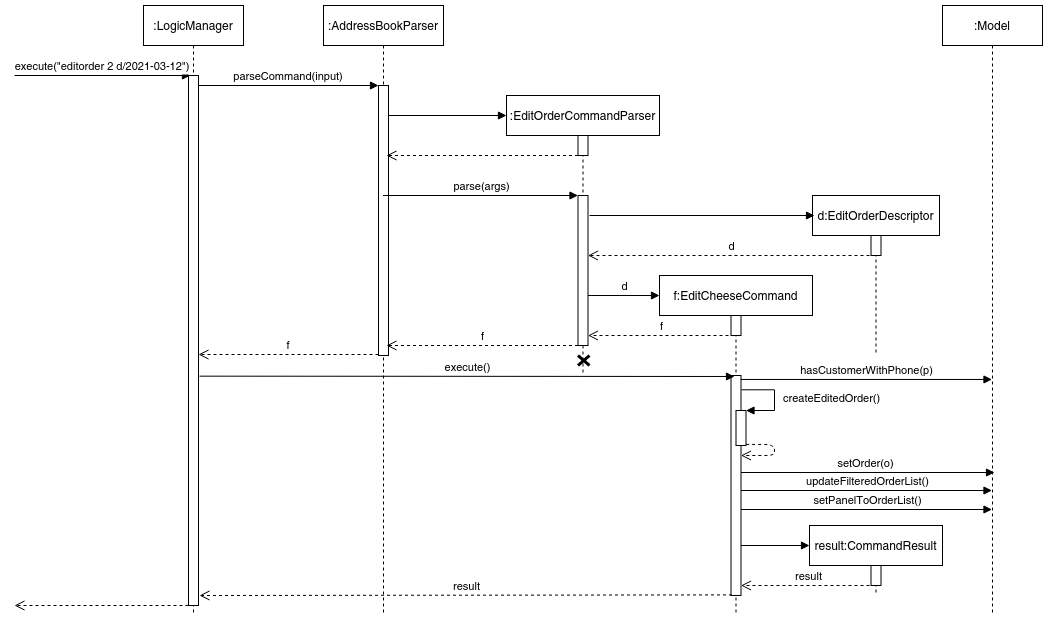
This is docs/images/EditCommandSequenceDiagram.png from nus-cs2103-AY2021S2/tp, a draw.io export, as it was before one commit. Source tidied: cells renumbered, new cells last; positions are measured from the earlier drawing's top-left corner, leaving out a move shared by most shapes. Its diagram source:
```xml
<mxGraphModel>
  <root>
    <mxCell id="0" />
    <mxCell id="1" parent="0" />
    <mxCell id="2" value="setPanelToOrderList()" style="html=1;verticalAlign=bottom;endArrow=block;" parent="1" edge="1" target="31">
      <mxGeometry relative="1" as="geometry">
        <mxPoint x="726.5" y="504" as="sourcePoint" />
      </mxGeometry>
    </mxCell>
    <mxCell id="3" value="updateFilteredOrderList()" style="html=1;verticalAlign=bottom;endArrow=block;" parent="1" edge="1" target="31">
      <mxGeometry relative="1" as="geometry">
        <mxPoint x="726.5" y="485" as="sourcePoint" />
      </mxGeometry>
    </mxCell>
    <mxCell id="4" value="setOrder(o)" style="html=1;verticalAlign=bottom;endArrow=block;" parent="1" edge="1">
      <mxGeometry relative="1" as="geometry">
        <mxPoint x="721.5" y="467" as="sourcePoint" />
        <mxPoint x="980" y="467" as="targetPoint" />
      </mxGeometry>
    </mxCell>
    <mxCell id="5" style="html=1;verticalAlign=bottom;endArrow=block;" parent="1" edge="1" source="27">
      <mxGeometry relative="1" as="geometry">
        <mxPoint x="795" y="540" as="targetPoint" />
      </mxGeometry>
    </mxCell>
    <mxCell id="6" value=":LogicManager" style="shape=umlLifeline;perimeter=lifelinePerimeter;rounded=0;shadow=0;strokeWidth=1;" parent="1" vertex="1">
      <mxGeometry x="129" width="100" height="610" as="geometry" />
    </mxCell>
    <mxCell id="7" style="points=[];perimeter=orthogonalPerimeter;rounded=0;shadow=0;strokeWidth=1;" parent="6" vertex="1">
      <mxGeometry x="45" y="70" width="10" height="530" as="geometry" />
    </mxCell>
    <mxCell id="8" value=":AddressBookParser" style="shape=umlLifeline;perimeter=lifelinePerimeter;rounded=0;shadow=0;strokeWidth=1;" parent="1" vertex="1">
      <mxGeometry x="309" width="120" height="610" as="geometry" />
    </mxCell>
    <mxCell id="9" style="points=[];perimeter=orthogonalPerimeter;rounded=0;shadow=0;strokeWidth=1;" parent="8" vertex="1">
      <mxGeometry x="55" y="80" width="10" height="270" as="geometry" />
    </mxCell>
    <mxCell id="10" value="f" style="verticalAlign=bottom;endArrow=open;dashed=1;endSize=8;exitX=0;exitY=0.95;shadow=0;strokeWidth=1;" parent="1" edge="1">
      <mxGeometry relative="1" as="geometry">
        <mxPoint x="364" y="349" as="sourcePoint" />
        <mxPoint x="184" y="349" as="targetPoint" />
      </mxGeometry>
    </mxCell>
    <mxCell id="11" value="parseCommand(input)" style="verticalAlign=bottom;endArrow=block;entryX=0;entryY=0;shadow=0;strokeWidth=1;" parent="1" edge="1" source="7" target="9">
      <mxGeometry relative="1" as="geometry" />
    </mxCell>
    <mxCell id="12" value="execute(&quot;editorder 2 d/2021-03-12&quot;)" style="verticalAlign=bottom;endArrow=block;shadow=0;strokeWidth=1;" parent="1" edge="1">
      <mxGeometry relative="1" as="geometry">
        <mxPoint y="70" as="sourcePoint" />
        <mxPoint x="176" y="70" as="targetPoint" />
      </mxGeometry>
    </mxCell>
    <mxCell id="13" value=":EditOrderCommandParser" style="shape=umlLifeline;perimeter=lifelinePerimeter;whiteSpace=wrap;html=1;" parent="1" vertex="1">
      <mxGeometry x="492" y="90" width="153" height="280" as="geometry" />
    </mxCell>
    <mxCell id="14" style="html=1;points=[];perimeter=orthogonalPerimeter;" parent="13" vertex="1">
      <mxGeometry x="71.5" y="100" width="10" height="150" as="geometry" />
    </mxCell>
    <mxCell id="15" style="shape=umlDestroy;whiteSpace=wrap;html=1;strokeWidth=3;" parent="13" vertex="1">
      <mxGeometry x="71.5" y="260" width="11.5" height="10" as="geometry" />
    </mxCell>
    <mxCell id="16" style="html=1;verticalAlign=bottom;endArrow=block;" parent="1" edge="1" source="9">
      <mxGeometry relative="1" as="geometry">
        <mxPoint x="492" y="110" as="targetPoint" />
      </mxGeometry>
    </mxCell>
    <mxCell id="17" style="html=1;perimeter=orthogonalPerimeter;" parent="1" vertex="1">
      <mxGeometry x="563.5" y="130" width="10" height="20" as="geometry" />
    </mxCell>
    <mxCell id="18" style="html=1;verticalAlign=bottom;endArrow=open;dashed=1;endSize=8;" parent="1" edge="1">
      <mxGeometry relative="1" as="geometry">
        <mxPoint x="563.5" y="150" as="sourcePoint" />
        <mxPoint x="372" y="150" as="targetPoint" />
      </mxGeometry>
    </mxCell>
    <mxCell id="19" value="parse(args)" style="html=1;verticalAlign=bottom;endArrow=block;entryX=0;entryY=0;" parent="1" edge="1" source="8" target="14">
      <mxGeometry relative="1" as="geometry" />
    </mxCell>
    <mxCell id="20" value="f" style="html=1;verticalAlign=bottom;endArrow=open;dashed=1;endSize=8;exitX=0;exitY=0.95;" parent="1" edge="1">
      <mxGeometry relative="1" as="geometry">
        <mxPoint x="563.5" y="340" as="sourcePoint" />
        <mxPoint x="372" y="340" as="targetPoint" />
      </mxGeometry>
    </mxCell>
    <mxCell id="21" value="d:EditOrderDescriptor" style="shape=umlLifeline;perimeter=lifelinePerimeter;whiteSpace=wrap;html=1;outlineConnect=0;" parent="1" vertex="1">
      <mxGeometry x="798" y="190" width="127" height="160" as="geometry" />
    </mxCell>
    <mxCell id="22" style="html=1;perimeter=orthogonalPerimeter;" parent="21" vertex="1">
      <mxGeometry x="58.5" y="40" width="10" height="20" as="geometry" />
    </mxCell>
    <mxCell id="23" style="html=1;verticalAlign=bottom;endArrow=block;" parent="1" edge="1">
      <mxGeometry relative="1" as="geometry">
        <mxPoint x="575" y="210" as="sourcePoint" />
        <mxPoint x="800" y="210" as="targetPoint" />
      </mxGeometry>
    </mxCell>
    <mxCell id="24" value="d" style="html=1;verticalAlign=bottom;endArrow=open;dashed=1;endSize=8;" parent="1" edge="1" source="21">
      <mxGeometry relative="1" as="geometry">
        <mxPoint x="573.5" y="250" as="targetPoint" />
      </mxGeometry>
    </mxCell>
    <mxCell id="25" value="f:EditCheeseCommand" style="shape=umlLifeline;perimeter=lifelinePerimeter;whiteSpace=wrap;html=1;" parent="1" vertex="1">
      <mxGeometry x="645" y="270" width="153" height="340" as="geometry" />
    </mxCell>
    <mxCell id="26" style="html=1;perimeter=orthogonalPerimeter;" parent="25" vertex="1">
      <mxGeometry x="71.5" y="40" width="10" height="20" as="geometry" />
    </mxCell>
    <mxCell id="27" style="html=1;points=[];perimeter=orthogonalPerimeter;" parent="25" vertex="1">
      <mxGeometry x="71.5" y="100" width="10" height="220" as="geometry" />
    </mxCell>
    <mxCell id="28" value="f" style="html=1;verticalAlign=bottom;endArrow=open;dashed=1;endSize=8;" parent="1" edge="1">
      <mxGeometry relative="1" as="geometry">
        <mxPoint x="720" y="330" as="sourcePoint" />
        <mxPoint x="573.5" y="330" as="targetPoint" />
      </mxGeometry>
    </mxCell>
    <mxCell id="29" value="d" style="html=1;verticalAlign=bottom;endArrow=block;" parent="1" edge="1" source="14">
      <mxGeometry relative="1" as="geometry">
        <mxPoint x="645" y="290" as="targetPoint" />
      </mxGeometry>
    </mxCell>
    <mxCell id="30" value="execute()" style="html=1;verticalAlign=bottom;endArrow=block;" parent="1" edge="1">
      <mxGeometry relative="1" as="geometry">
        <mxPoint x="185" y="370.7" as="sourcePoint" />
        <mxPoint x="720" y="371" as="targetPoint" />
      </mxGeometry>
    </mxCell>
    <mxCell id="31" value=":Model" style="shape=umlLifeline;perimeter=lifelinePerimeter;whiteSpace=wrap;html=1;outlineConnect=0;" parent="1" vertex="1">
      <mxGeometry x="928" width="100" height="610" as="geometry" />
    </mxCell>
    <mxCell id="32" value="hasCustomerWithPhone(p)" style="html=1;verticalAlign=bottom;endArrow=block;exitX=0.983;exitY=0.018;exitDx=0;exitDy=0;exitPerimeter=0;" parent="1" edge="1" source="27" target="31">
      <mxGeometry relative="1" as="geometry" />
    </mxCell>
    <mxCell id="33" style="html=1;points=[];perimeter=orthogonalPerimeter;" parent="1" vertex="1">
      <mxGeometry x="721.5" y="405" width="10" height="35" as="geometry" />
    </mxCell>
    <mxCell id="34" value="createEditedOrder()" style="edgeStyle=orthogonalEdgeStyle;html=1;align=left;spacingLeft=2;endArrow=block;rounded=0;entryX=1;entryY=0;exitX=1.05;exitY=0.065;exitDx=0;exitDy=0;exitPerimeter=0;" parent="1" edge="1" source="27">
      <mxGeometry y="5" relative="1" as="geometry">
        <mxPoint x="731.5" y="405" as="targetPoint" />
        <Array as="points">
          <mxPoint x="760" y="384" />
          <mxPoint x="760" y="405" />
        </Array>
      </mxGeometry>
    </mxCell>
    <mxCell id="35" value="result" style="html=1;verticalAlign=bottom;endArrow=open;dashed=1;endSize=8;exitX=0.1;exitY=0.993;exitDx=0;exitDy=0;exitPerimeter=0;" parent="1" edge="1">
      <mxGeometry relative="1" as="geometry">
        <mxPoint x="717.5" y="589.4" as="sourcePoint" />
        <mxPoint x="185" y="590" as="targetPoint" />
      </mxGeometry>
    </mxCell>
    <mxCell id="36" style="html=1;verticalAlign=bottom;endArrow=open;dashed=1;endSize=8;" parent="1" edge="1">
      <mxGeometry relative="1" as="geometry">
        <mxPoint x="180" y="600" as="sourcePoint" />
        <mxPoint y="600" as="targetPoint" />
      </mxGeometry>
    </mxCell>
    <mxCell id="37" style="html=1;verticalAlign=bottom;endArrow=open;dashed=1;endSize=8;exitX=1.012;exitY=0.969;exitDx=0;exitDy=0;exitPerimeter=0;" parent="1" edge="1" source="33">
      <mxGeometry relative="1" as="geometry">
        <mxPoint x="726.5" y="450" as="targetPoint" />
        <Array as="points">
          <mxPoint x="760" y="439" />
          <mxPoint x="760" y="450" />
        </Array>
      </mxGeometry>
    </mxCell>
    <mxCell id="38" value="result:CommandResult" style="shape=umlLifeline;perimeter=lifelinePerimeter;whiteSpace=wrap;html=1;" parent="1" vertex="1">
      <mxGeometry x="795" y="520" width="133" height="70" as="geometry" />
    </mxCell>
    <mxCell id="39" style="html=1;perimeter=orthogonalPerimeter;" parent="1" vertex="1">
      <mxGeometry x="856.5" y="560" width="10" height="20" as="geometry" />
    </mxCell>
    <mxCell id="40" value="result" style="html=1;verticalAlign=bottom;endArrow=open;dashed=1;endSize=8;" parent="1" edge="1">
      <mxGeometry relative="1" as="geometry">
        <mxPoint x="861" y="580" as="sourcePoint" />
        <mxPoint x="726.5" y="580" as="targetPoint" />
      </mxGeometry>
    </mxCell>
  </root>
</mxGraphModel>
```
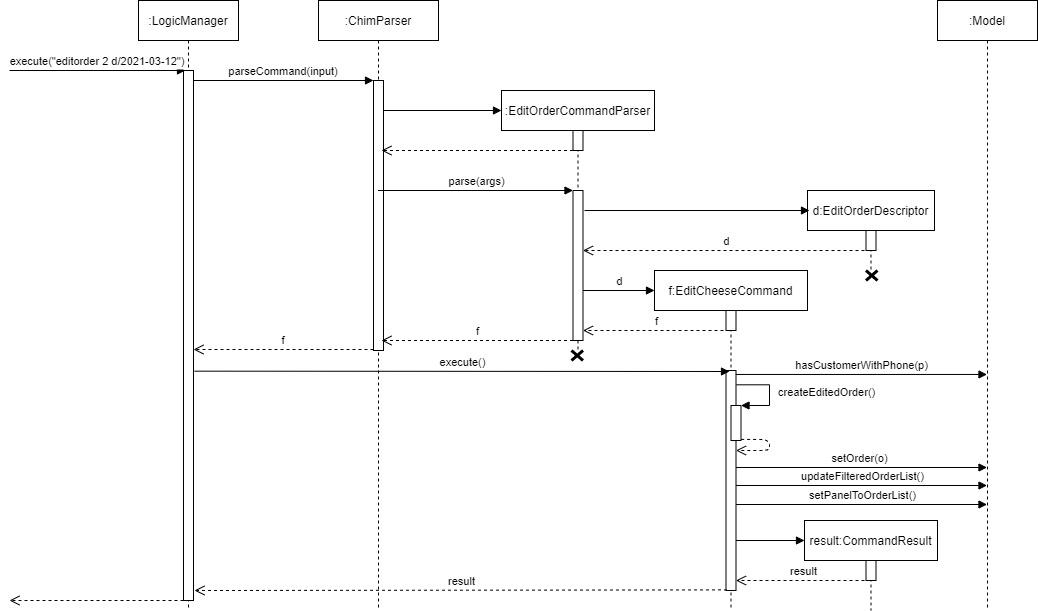
The same diagram one commit later.

Diff of the diagram source:
```diff
@@ -12,10 +12,9 @@
         <mxPoint x="726.5" y="485" as="sourcePoint" />
       </mxGeometry>
     </mxCell>
-    <mxCell id="4" value="setOrder(o)" style="html=1;verticalAlign=bottom;endArrow=block;" parent="1" edge="1">
+    <mxCell id="4" value="setOrder(o)" style="html=1;verticalAlign=bottom;endArrow=block;" parent="1" edge="1" target="31">
       <mxGeometry relative="1" as="geometry">
         <mxPoint x="721.5" y="467" as="sourcePoint" />
-        <mxPoint x="980" y="467" as="targetPoint" />
       </mxGeometry>
     </mxCell>
     <mxCell id="5" style="html=1;verticalAlign=bottom;endArrow=block;" parent="1" edge="1" source="27">
@@ -29,7 +28,7 @@
     <mxCell id="7" style="points=[];perimeter=orthogonalPerimeter;rounded=0;shadow=0;strokeWidth=1;" parent="6" vertex="1">
       <mxGeometry x="45" y="70" width="10" height="530" as="geometry" />
     </mxCell>
-    <mxCell id="8" value=":AddressBookParser" style="shape=umlLifeline;perimeter=lifelinePerimeter;rounded=0;shadow=0;strokeWidth=1;" parent="1" vertex="1">
+    <mxCell id="8" value=":ChimParser" style="shape=umlLifeline;perimeter=lifelinePerimeter;rounded=0;shadow=0;strokeWidth=1;" parent="1" vertex="1">
       <mxGeometry x="309" width="120" height="610" as="geometry" />
     </mxCell>
     <mxCell id="9" style="points=[];perimeter=orthogonalPerimeter;rounded=0;shadow=0;strokeWidth=1;" parent="8" vertex="1">
@@ -51,14 +50,11 @@
       </mxGeometry>
     </mxCell>
     <mxCell id="13" value=":EditOrderCommandParser" style="shape=umlLifeline;perimeter=lifelinePerimeter;whiteSpace=wrap;html=1;" parent="1" vertex="1">
-      <mxGeometry x="492" y="90" width="153" height="280" as="geometry" />
+      <mxGeometry x="492" y="90" width="153" height="260" as="geometry" />
     </mxCell>
     <mxCell id="14" style="html=1;points=[];perimeter=orthogonalPerimeter;" parent="13" vertex="1">
       <mxGeometry x="71.5" y="100" width="10" height="150" as="geometry" />
     </mxCell>
-    <mxCell id="15" style="shape=umlDestroy;whiteSpace=wrap;html=1;strokeWidth=3;" parent="13" vertex="1">
-      <mxGeometry x="71.5" y="260" width="11.5" height="10" as="geometry" />
-    </mxCell>
     <mxCell id="16" style="html=1;verticalAlign=bottom;endArrow=block;" parent="1" edge="1" source="9">
       <mxGeometry relative="1" as="geometry">
         <mxPoint x="492" y="110" as="targetPoint" />
@@ -83,7 +79,7 @@
       </mxGeometry>
     </mxCell>
     <mxCell id="21" value="d:EditOrderDescriptor" style="shape=umlLifeline;perimeter=lifelinePerimeter;whiteSpace=wrap;html=1;outlineConnect=0;" parent="1" vertex="1">
-      <mxGeometry x="798" y="190" width="127" height="160" as="geometry" />
+      <mxGeometry x="798" y="190" width="127" height="80" as="geometry" />
     </mxCell>
     <mxCell id="22" style="html=1;perimeter=orthogonalPerimeter;" parent="21" vertex="1">
       <mxGeometry x="58.5" y="40" width="10" height="20" as="geometry" />
@@ -165,7 +161,7 @@
       </mxGeometry>
     </mxCell>
     <mxCell id="38" value="result:CommandResult" style="shape=umlLifeline;perimeter=lifelinePerimeter;whiteSpace=wrap;html=1;" parent="1" vertex="1">
-      <mxGeometry x="795" y="520" width="133" height="70" as="geometry" />
+      <mxGeometry x="795" y="520" width="133" height="90" as="geometry" />
     </mxCell>
     <mxCell id="39" style="html=1;perimeter=orthogonalPerimeter;" parent="1" vertex="1">
       <mxGeometry x="856.5" y="560" width="10" height="20" as="geometry" />
@@ -176,5 +172,11 @@
         <mxPoint x="726.5" y="580" as="targetPoint" />
       </mxGeometry>
     </mxCell>
+    <mxCell id="15" style="shape=umlDestroy;whiteSpace=wrap;html=1;strokeWidth=3;" parent="1" vertex="1">
+      <mxGeometry x="562" y="350" width="11.5" height="10" as="geometry" />
+    </mxCell>
+    <mxCell id="41" style="shape=umlDestroy;whiteSpace=wrap;html=1;strokeWidth=3;" parent="1" vertex="1">
+      <mxGeometry x="856.5" y="270" width="11.5" height="10" as="geometry" />
+    </mxCell>
   </root>
 </mxGraphModel>
```
